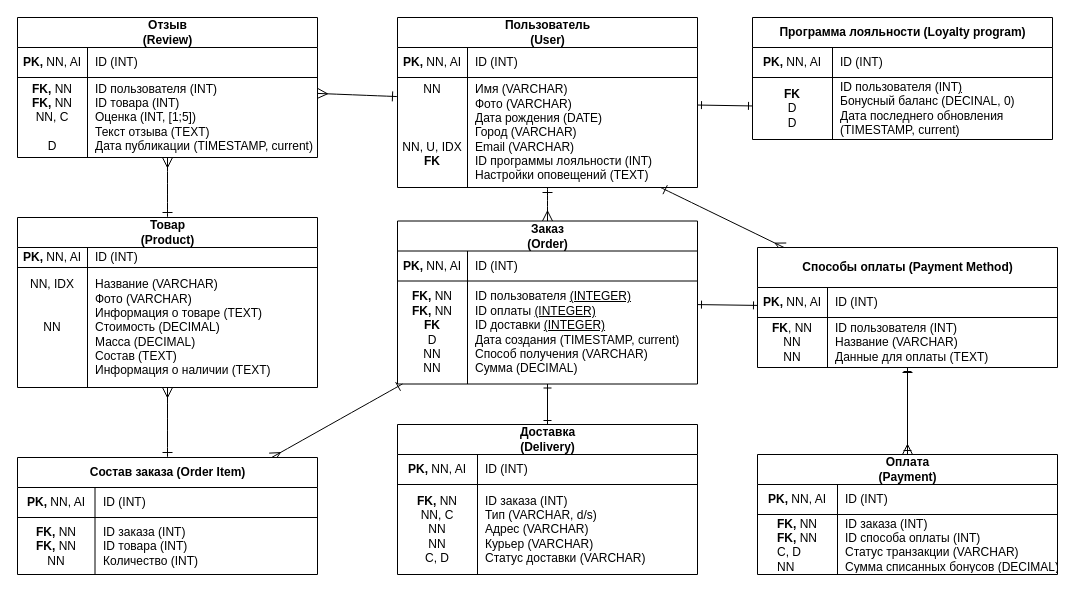
The draw.io diagram LW1 (PDM).drawio in epolyanskiy/ITMO-DBD, before the edit. Source tidied: cells renumbered, new cells numbered last; positions are measured from the earlier drawing's top-left corner, leaving out a move shared by most shapes. Both pictures are drawn from the tidied source at 100%, with x=0, y=0 at pixel (17, 17).
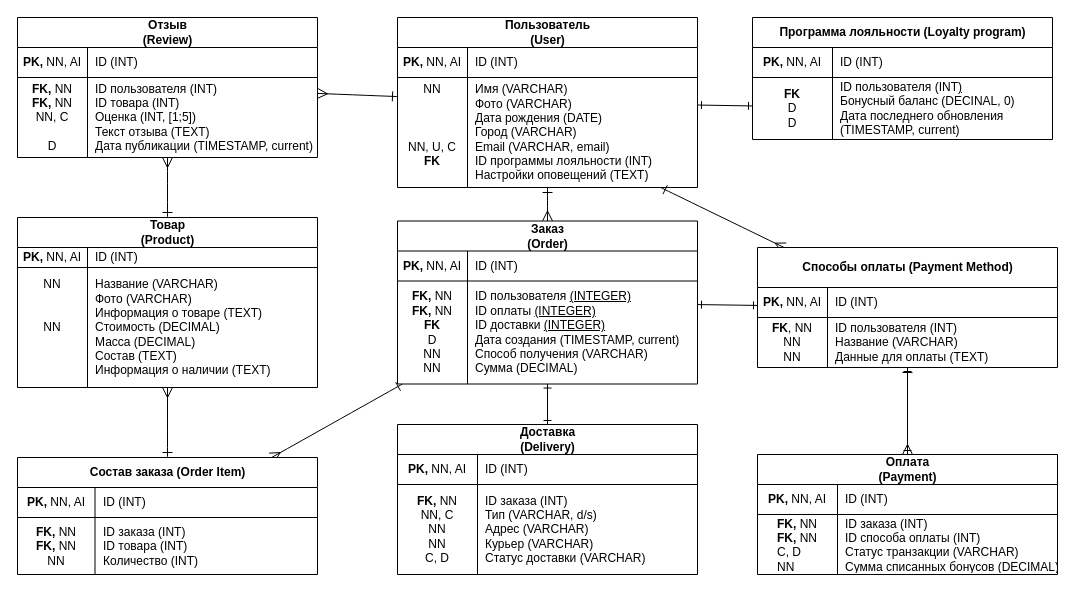
After the change.

The change refers to these unchanged cells:
```xml
<mxCell id="16" style="shape=tableRow;horizontal=0;startSize=0;swimlaneHead=0;swimlaneBody=0;fillColor=none;points=[[0,0.5],[1,0.5]];portConstraint=eastwest;top=0;left=0;right=0;bottom=0;" parent="12" vertex="1">
  <mxGeometry y="60" width="300" height="110" as="geometry" />
</mxCell>
<mxCell id="58" style="shape=tableRow;horizontal=0;startSize=0;swimlaneHead=0;swimlaneBody=0;fillColor=none;top=0;left=0;right=0;bottom=0;" parent="54" vertex="1">
  <mxGeometry y="50" width="300" height="120" as="geometry" />
</mxCell>
```

The edit, as a diff of the source:
```diff
@@
-    <mxCell id="17" value="&lt;div&gt;NN&lt;/div&gt;&lt;div&gt;&lt;br&gt;&lt;/div&gt;&lt;div&gt;&lt;br&gt;&lt;/div&gt;&lt;div&gt;&lt;br&gt;&lt;/div&gt;&lt;div&gt;NN, U, IDX&lt;/div&gt;&lt;div&gt;&lt;b&gt;FK&lt;/b&gt;&lt;/div&gt;&lt;div&gt;&lt;br&gt;&lt;/div&gt;" style="shape=partialRectangle;fillColor=none;top=0;left=0;bottom=0;right=0;overflow=hidden;whiteSpace=wrap;html=1;" parent="16" vertex="1">
+    <mxCell id="17" value="&lt;div&gt;NN&lt;/div&gt;&lt;div&gt;&lt;br&gt;&lt;/div&gt;&lt;div&gt;&lt;br&gt;&lt;/div&gt;&lt;div&gt;&lt;br&gt;&lt;/div&gt;&lt;div&gt;NN, U, C&lt;/div&gt;&lt;div&gt;&lt;b&gt;FK&lt;/b&gt;&lt;/div&gt;&lt;div&gt;&lt;br&gt;&lt;/div&gt;" style="shape=partialRectangle;fillColor=none;top=0;left=0;bottom=0;right=0;overflow=hidden;whiteSpace=wrap;html=1;" parent="16" vertex="1">
       <mxGeometry width="70" height="110" as="geometry" />
     </mxCell>
-    <mxCell id="18" value="&lt;div style=&quot;white-space: nowrap;&quot;&gt;Имя (VARCHAR)&lt;/div&gt;&lt;div style=&quot;white-space: nowrap;&quot;&gt;Фото (VARCHAR)&lt;/div&gt;&lt;div style=&quot;white-space: nowrap;&quot;&gt;Дата рождения (DATE)&lt;/div&gt;&lt;div style=&quot;white-space: nowrap;&quot;&gt;Город (VARCHAR)&lt;/div&gt;&lt;div style=&quot;white-space: nowrap;&quot;&gt;Email (VARCHAR)&lt;/div&gt;&lt;div style=&quot;white-space: nowrap;&quot;&gt;ID программы лояльности (INT)&lt;/div&gt;&lt;div style=&quot;white-space: nowrap;&quot;&gt;Настройки оповещений (TEXT)&lt;br&gt;&lt;/div&gt;" style="shape=partialRectangle;fillColor=none;top=0;left=0;bottom=0;right=0;align=left;spacingLeft=6;overflow=hidden;whiteSpace=wrap;html=1;" parent="16" vertex="1">
+    <mxCell id="18" value="&lt;div style=&quot;white-space: nowrap;&quot;&gt;Имя (VARCHAR)&lt;/div&gt;&lt;div style=&quot;white-space: nowrap;&quot;&gt;Фото (VARCHAR)&lt;/div&gt;&lt;div style=&quot;white-space: nowrap;&quot;&gt;Дата рождения (DATE)&lt;/div&gt;&lt;div style=&quot;white-space: nowrap;&quot;&gt;Город (VARCHAR)&lt;/div&gt;&lt;div style=&quot;white-space: nowrap;&quot;&gt;Email (VARCHAR, email)&lt;/div&gt;&lt;div style=&quot;white-space: nowrap;&quot;&gt;ID программы лояльности (INT)&lt;/div&gt;&lt;div style=&quot;white-space: nowrap;&quot;&gt;Настройки оповещений (TEXT)&lt;br&gt;&lt;/div&gt;" style="shape=partialRectangle;fillColor=none;top=0;left=0;bottom=0;right=0;align=left;spacingLeft=6;overflow=hidden;whiteSpace=wrap;html=1;" parent="16" vertex="1">
       <mxGeometry x="70" width="230" height="110" as="geometry" />
     </mxCell>
@@
-    <mxCell id="59" value="NN, IDX&lt;div&gt;&lt;br&gt;&lt;/div&gt;&lt;div&gt;&lt;br&gt;&lt;/div&gt;&lt;div&gt;NN&lt;/div&gt;&lt;div&gt;&lt;br&gt;&lt;/div&gt;&lt;div&gt;&lt;br&gt;&lt;/div&gt;&lt;div&gt;&lt;br&gt;&lt;/div&gt;" style="shape=partialRectangle;fillColor=none;top=0;left=0;bottom=0;right=0;overflow=hidden;whiteSpace=wrap;html=1;" parent="58" vertex="1">
+    <mxCell id="59" value="NN&lt;div&gt;&lt;br&gt;&lt;/div&gt;&lt;div&gt;&lt;br&gt;&lt;/div&gt;&lt;div&gt;NN&lt;/div&gt;&lt;div&gt;&lt;br&gt;&lt;/div&gt;&lt;div&gt;&lt;br&gt;&lt;/div&gt;&lt;div&gt;&lt;br&gt;&lt;/div&gt;" style="shape=partialRectangle;fillColor=none;top=0;left=0;bottom=0;right=0;overflow=hidden;whiteSpace=wrap;html=1;" parent="58" vertex="1">
       <mxGeometry width="70" height="120" as="geometry" />
     </mxCell>
```
